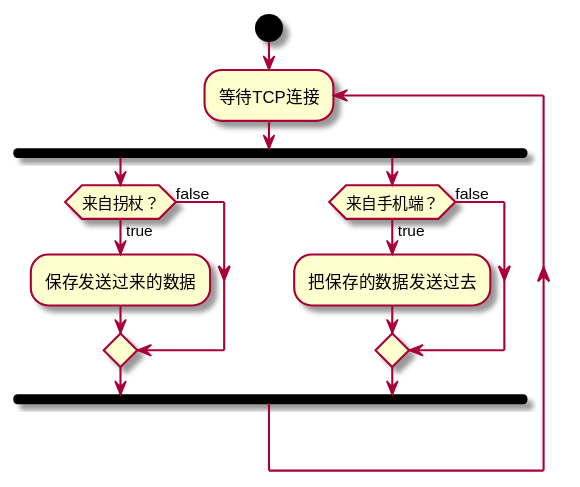
Before: @stratuml/fuwuqi.svg, a diagram exported from PlantUML (LGH1996/biye). Source of this version:
```plantuml
@startuml fuwuqi
start
repeat:等待TCP连接;
fork
if(来自拐杖？)then(true)
:保存发送过来的数据;
else(false)
endif
fork again
if(来自手机端？)then(true)
:把保存的数据发送过去;
else(false)
endif
fork end
repeat while
@enduml
```
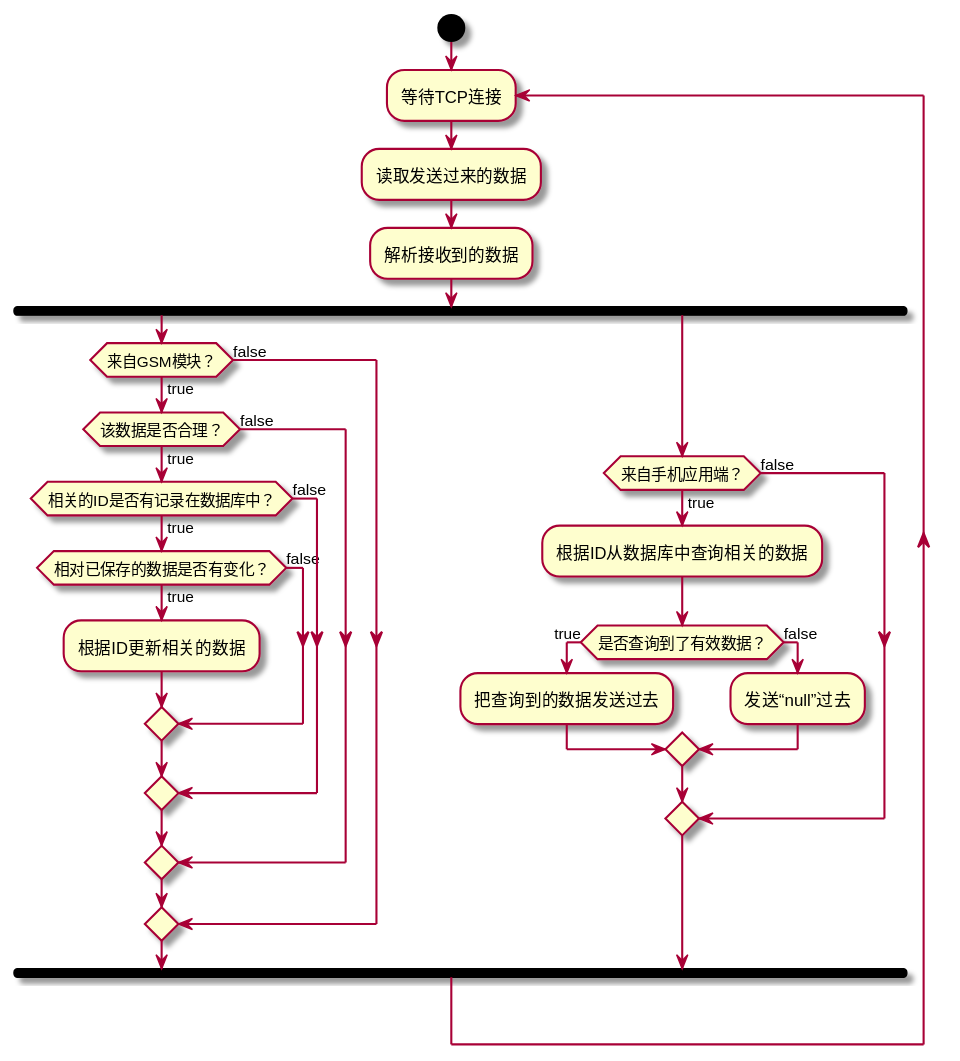
After the commit.

What changed in the source:
```diff
@@ -1,14 +1,30 @@
 @startuml fuwuqi
 start
 repeat:等待TCP连接;
+:读取发送过来的数据;
+:解析接收到的数据;
 fork
-if(来自拐杖？)then(true)
-:保存发送过来的数据;
+if(来自GSM模块？)then(true)
+if(该数据是否合理？)then(true)
+if(相关的ID是否有记录在数据库中？)then(true)
+if(相对已保存的数据是否有变化？)then(true)
+:根据ID更新相关的数据;
+else(false)
+endif
+else(false)
+endif
+else(false)
+endif
 else(false)
 endif
 fork again
-if(来自手机端？)then(true)
-:把保存的数据发送过去;
+if(来自手机应用端？)then(true)
+:根据ID从数据库中查询相关的数据;
+if(是否查询到了有效数据？)then(true)
+:把查询到的数据发送过去;
+else(false)
+:发送“null”过去;
+endif
 else(false)
 endif
 fork end
```
